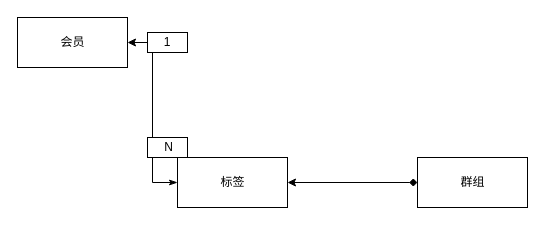
The draw.io diagram UserGroup.drawio in nomouse/learn, before the edit. Source tidied: cells renumbered, new cells numbered last; positions are measured from the earlier drawing's top-left corner, leaving out a move shared by most shapes. Both pictures are drawn from the tidied source at 100%, with x=0, y=0 at pixel (17, 17).
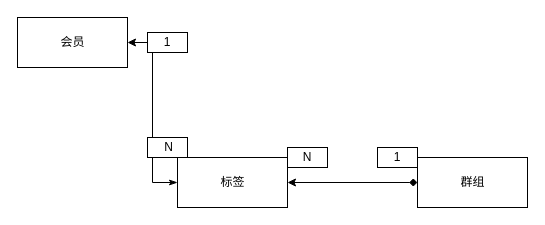
Above is the later version.

What changed in the source:
```diff
@@
 <mxGraphModel>
   <root>
     <mxCell id="0" />
     <mxCell id="1" parent="0" />
     <mxCell id="2" value="会员" style="html=1;" parent="1" vertex="1">
       <mxGeometry width="110" height="50" as="geometry" />
     </mxCell>
     <mxCell id="3" style="edgeStyle=orthogonalEdgeStyle;rounded=0;jettySize=auto;html=1;exitX=0;exitY=0.5;exitDx=0;exitDy=0;entryX=1;entryY=0.5;entryDx=0;entryDy=0;startArrow=classicThin;startFill=1;" parent="1" edge="1" source="4" target="2">
       <mxGeometry relative="1" as="geometry" />
     </mxCell>
     <mxCell id="4" value="标签" style="html=1;" parent="1" vertex="1">
       <mxGeometry x="160" y="140" width="110" height="50" as="geometry" />
     </mxCell>
     <mxCell id="5" style="edgeStyle=orthogonalEdgeStyle;rounded=0;jettySize=auto;html=1;exitX=0;exitY=0.5;exitDx=0;exitDy=0;entryX=1;entryY=0.5;entryDx=0;entryDy=0;startArrow=diamond;startFill=1;" parent="1" edge="1" source="6" target="4">
       <mxGeometry relative="1" as="geometry" />
     </mxCell>
     <mxCell id="6" value="群组" style="html=1;" parent="1" vertex="1">
       <mxGeometry x="400" y="140" width="110" height="50" as="geometry" />
     </mxCell>
     <mxCell id="7" value="1" style="whiteSpace=wrap;html=1;" parent="1" vertex="1">
       <mxGeometry x="130" y="15" width="40" height="20" as="geometry" />
     </mxCell>
     <mxCell id="8" value="&amp;nbsp;N" style="whiteSpace=wrap;html=1;" parent="1" vertex="1">
       <mxGeometry x="130" y="120" width="40" height="20" as="geometry" />
     </mxCell>
+    <mxCell id="9" value="N" style="whiteSpace=wrap;html=1;" parent="1" vertex="1">
+      <mxGeometry x="270" y="130" width="40" height="20" as="geometry" />
+    </mxCell>
+    <mxCell id="10" value="1" style="whiteSpace=wrap;html=1;" parent="1" vertex="1">
+      <mxGeometry x="360" y="130" width="40" height="20" as="geometry" />
+    </mxCell>
   </root>
 </mxGraphModel>
```
